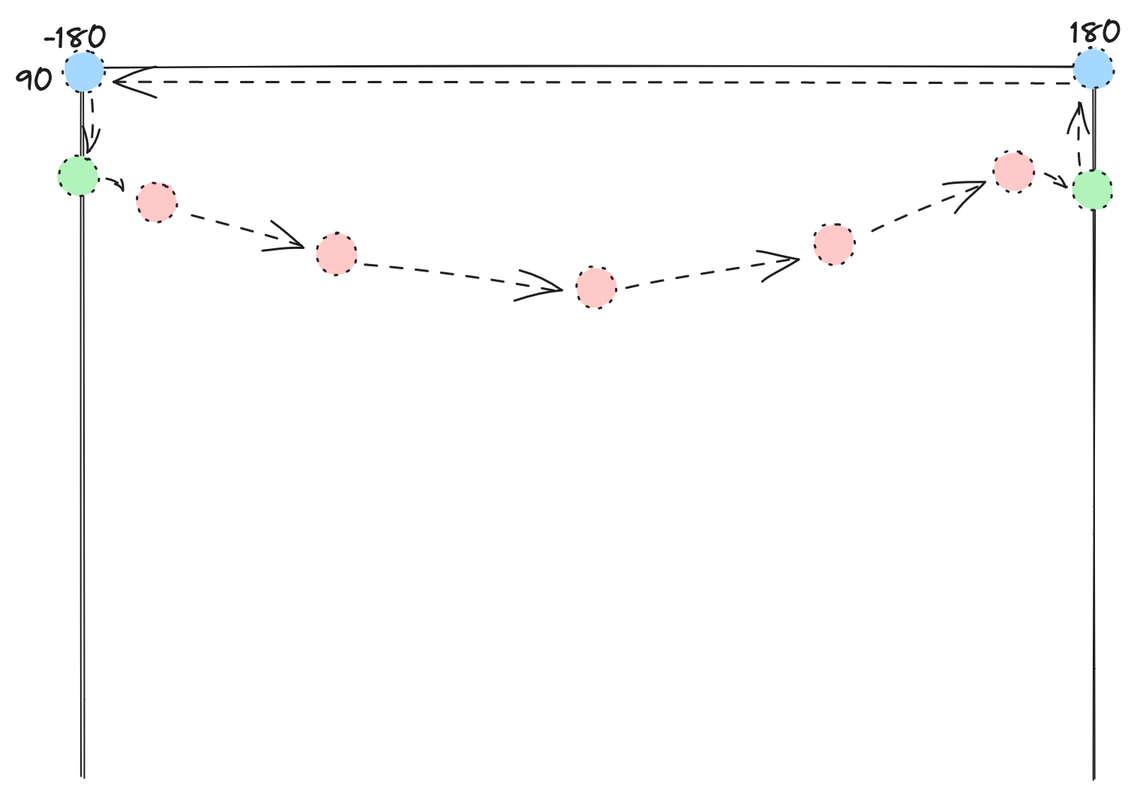
Before: docs/img/pole-enclosed.png, a diagram exported from Excalidraw (gadomski/antimeridian). Source tidied: one line per element, renumbered; positions are measured from the earlier drawing's top-left corner, leaving out a move shared by most shapes. The source it was exported from:
```json
{"id": 0, "type": "line", "strokeColor": "#1e1e1e", "strokeWidth": 1, "roughness": 1, "round": true, "x": 720, "y": 36, "width": 0, "height": 474, "points": [[0, 0], [0, 474]]}
{"id": 1, "type": "line", "strokeColor": "#1e1e1e", "strokeWidth": 1, "roughness": 1, "round": true, "x": 45, "y": 34, "width": 0, "height": 474, "points": [[0, 0], [0, 474]]}
{"id": 2, "type": "text", "text": "-180", "strokeColor": "#1e1e1e", "strokeWidth": 1, "roughness": 1, "fontSize": 20, "fontFamily": 1, "x": 19, "y": 4, "width": 43, "height": 25}
{"id": 3, "type": "text", "text": "180", "strokeColor": "#1e1e1e", "strokeWidth": 1, "roughness": 1, "fontSize": 20, "fontFamily": 1, "x": 704, "y": 0, "width": 34, "height": 25}
{"id": 4, "type": "line", "strokeColor": "#1e1e1e", "backgroundColor": "#ffc9c9", "fillStyle": "solid", "strokeWidth": 1, "roughness": 1, "x": 48, "y": 36, "width": 668, "height": 1, "points": [[0, 0], [668, -1]]}
{"id": 5, "type": "text", "text": "90", "strokeColor": "#1e1e1e", "backgroundColor": "#ffc9c9", "fillStyle": "solid", "strokeWidth": 1, "roughness": 1, "fontSize": 20, "fontFamily": 1, "x": 0, "y": 32, "width": 26, "height": 25}
{"id": 6, "type": "ellipse", "strokeColor": "#1e1e1e", "backgroundColor": "#ffc9c9", "fillStyle": "solid", "strokeWidth": 1, "strokeStyle": "dotted", "roughness": 1, "x": 81, "y": 112, "width": 27, "height": 27}
{"id": 7, "type": "ellipse", "strokeColor": "#1e1e1e", "backgroundColor": "#ffc9c9", "fillStyle": "solid", "strokeWidth": 1, "strokeStyle": "dotted", "roughness": 1, "x": 200, "y": 146, "width": 27, "height": 27}
{"id": 8, "type": "ellipse", "strokeColor": "#1e1e1e", "backgroundColor": "#ffc9c9", "fillStyle": "solid", "strokeWidth": 1, "strokeStyle": "dotted", "roughness": 1, "x": 374, "y": 168, "width": 27, "height": 27}
{"id": 9, "type": "ellipse", "strokeColor": "#1e1e1e", "backgroundColor": "#ffc9c9", "fillStyle": "solid", "strokeWidth": 1, "strokeStyle": "dotted", "roughness": 1, "x": 532, "y": 139, "width": 27, "height": 27}
{"id": 10, "type": "ellipse", "strokeColor": "#1e1e1e", "backgroundColor": "#ffc9c9", "fillStyle": "solid", "strokeWidth": 1, "strokeStyle": "dotted", "roughness": 1, "x": 652, "y": 91, "width": 27, "height": 27}
{"id": 11, "type": "arrow", "strokeColor": "#1e1e1e", "backgroundColor": "#ffc9c9", "fillStyle": "solid", "strokeWidth": 1, "strokeStyle": "dashed", "roughness": 1, "endArrowhead": "arrow", "from": 6, "to": 7, "x": 116, "y": 132, "width": 78, "height": 21, "points": [[0, 0], [78, 21]]}
{"id": 12, "type": "arrow", "strokeColor": "#1e1e1e", "backgroundColor": "#ffc9c9", "fillStyle": "solid", "strokeWidth": 1, "strokeStyle": "dashed", "roughness": 1, "endArrowhead": "arrow", "from": 7, "to": 8, "x": 235, "y": 166, "width": 129, "height": 20, "points": [[0, 0], [129, 20]]}
{"id": 13, "type": "arrow", "strokeColor": "#1e1e1e", "backgroundColor": "#ffc9c9", "fillStyle": "solid", "strokeWidth": 1, "strokeStyle": "dashed", "roughness": 1, "endArrowhead": "arrow", "from": 8, "to": 9, "x": 407, "y": 180, "width": 118, "height": 20, "points": [[0, 0], [118, -20]]}
{"id": 14, "type": "arrow", "strokeColor": "#1e1e1e", "backgroundColor": "#ffc9c9", "fillStyle": "solid", "strokeWidth": 1, "strokeStyle": "dashed", "roughness": 1, "endArrowhead": "arrow", "from": 9, "to": 10, "x": 571, "y": 144, "width": 79, "height": 32, "points": [[0, 0], [79, -32]]}
{"id": 15, "type": "ellipse", "strokeColor": "#1e1e1e", "backgroundColor": "#b2f2bb", "fillStyle": "solid", "strokeWidth": 1, "strokeStyle": "dotted", "roughness": 1, "x": 704, "y": 103, "width": 27, "height": 27}
{"id": 16, "type": "arrow", "strokeColor": "#1e1e1e", "backgroundColor": "#ffc9c9", "fillStyle": "solid", "strokeWidth": 1, "strokeStyle": "dashed", "roughness": 1, "endArrowhead": "arrow", "from": 10, "to": 15, "x": 688, "y": 106, "width": 14, "height": 7, "points": [[0, 0], [14, 7]]}
{"id": 17, "type": "ellipse", "strokeColor": "#1e1e1e", "backgroundColor": "#b2f2bb", "fillStyle": "solid", "strokeWidth": 1, "strokeStyle": "dotted", "roughness": 1, "x": 28, "y": 94, "width": 27, "height": 27}
{"id": 18, "type": "ellipse", "strokeColor": "#1e1e1e", "backgroundColor": "#a5d8ff", "fillStyle": "solid", "strokeWidth": 1, "strokeStyle": "dotted", "roughness": 1, "x": 706, "y": 22, "width": 27, "height": 27}
{"id": 19, "type": "arrow", "strokeColor": "#1e1e1e", "backgroundColor": "#a5d8ff", "fillStyle": "solid", "strokeWidth": 1, "strokeStyle": "dashed", "roughness": 1, "endArrowhead": "arrow", "from": 15, "to": 18, "x": 710, "y": 98, "width": 2, "height": 41, "points": [[0, 0], [-2, -41]]}
{"id": 20, "type": "ellipse", "strokeColor": "#1e1e1e", "backgroundColor": "#a5d8ff", "fillStyle": "solid", "strokeWidth": 1, "strokeStyle": "dotted", "roughness": 1, "x": 32, "y": 24, "width": 27, "height": 27}
{"id": 21, "type": "arrow", "strokeColor": "#1e1e1e", "backgroundColor": "#a5d8ff", "fillStyle": "solid", "strokeWidth": 1, "strokeStyle": "dashed", "roughness": 1, "endArrowhead": "arrow", "from": 18, "to": 20, "x": 702, "y": 46, "width": 638, "height": 1, "points": [[0, 0], [-638, -1]]}
{"id": 22, "type": "arrow", "strokeColor": "#1e1e1e", "backgroundColor": "#a5d8ff", "fillStyle": "solid", "strokeWidth": 1, "strokeStyle": "dashed", "roughness": 1, "endArrowhead": "arrow", "from": 20, "to": 17, "x": 53, "y": 56, "width": 2, "height": 33, "points": [[0, 0], [-2, 33]]}
{"id": 23, "type": "arrow", "strokeColor": "#1e1e1e", "backgroundColor": "#a5d8ff", "fillStyle": "solid", "strokeWidth": 1, "strokeStyle": "dashed", "roughness": 1, "endArrowhead": "arrow", "from": 17, "to": 6, "x": 60, "y": 108, "width": 13, "height": 7, "points": [[0, 0], [13, 7]]}
```
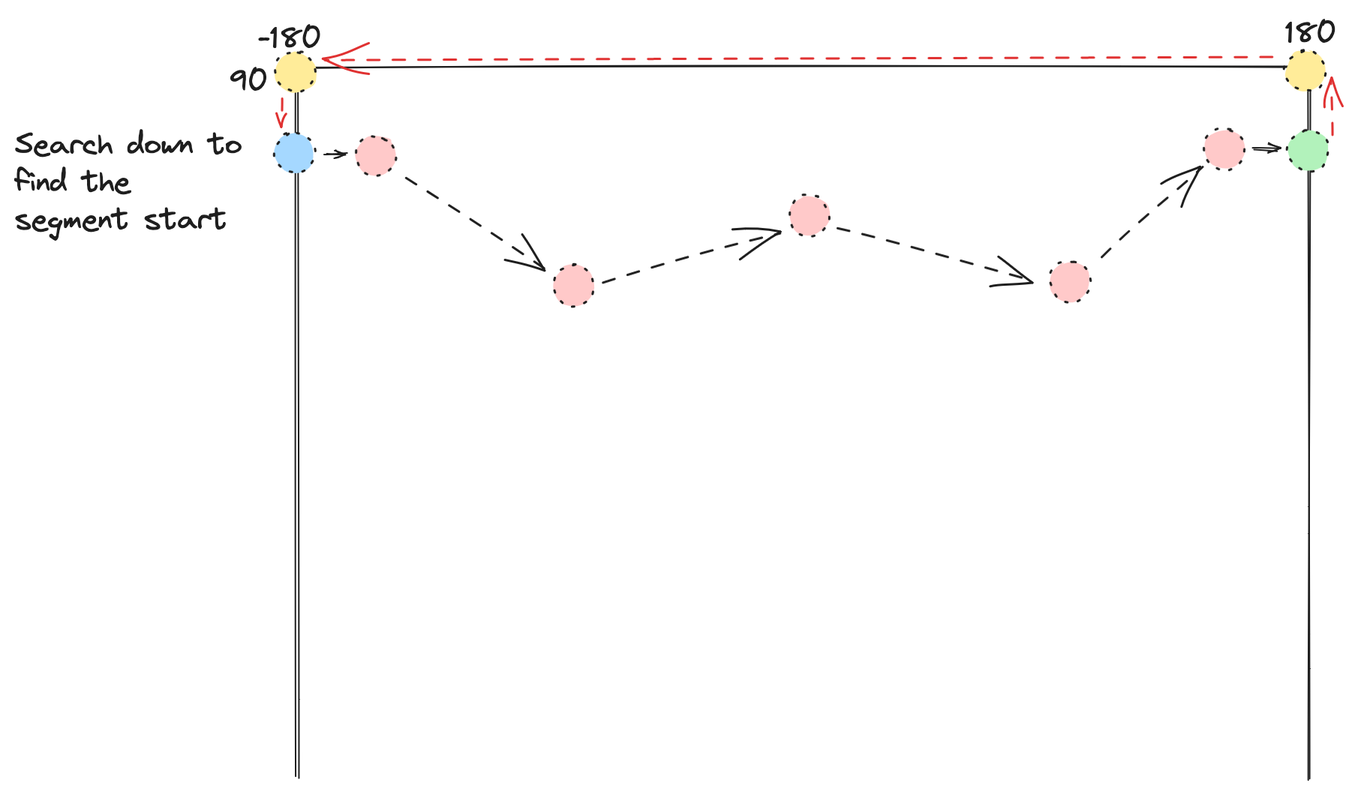
Later version of the same file.

Change to the diagram source:
```diff
@@ -4,21 +4,22 @@
 {"id": 3, "type": "text", "text": "180", "strokeColor": "#1e1e1e", "strokeWidth": 1, "roughness": 1, "fontSize": 20, "fontFamily": 1, "x": 704, "y": 0, "width": 34, "height": 25}
 {"id": 4, "type": "line", "strokeColor": "#1e1e1e", "backgroundColor": "#ffc9c9", "fillStyle": "solid", "strokeWidth": 1, "roughness": 1, "x": 48, "y": 36, "width": 668, "height": 1, "points": [[0, 0], [668, -1]]}
 {"id": 5, "type": "text", "text": "90", "strokeColor": "#1e1e1e", "backgroundColor": "#ffc9c9", "fillStyle": "solid", "strokeWidth": 1, "roughness": 1, "fontSize": 20, "fontFamily": 1, "x": 0, "y": 32, "width": 26, "height": 25}
-{"id": 6, "type": "ellipse", "strokeColor": "#1e1e1e", "backgroundColor": "#ffc9c9", "fillStyle": "solid", "strokeWidth": 1, "strokeStyle": "dotted", "roughness": 1, "x": 81, "y": 112, "width": 27, "height": 27}
+{"id": 6, "type": "ellipse", "strokeColor": "#1e1e1e", "backgroundColor": "#ffc9c9", "fillStyle": "solid", "strokeWidth": 1, "strokeStyle": "dotted", "roughness": 1, "x": 84, "y": 80, "width": 27, "height": 27}
-{"id": 7, "type": "ellipse", "strokeColor": "#1e1e1e", "backgroundColor": "#ffc9c9", "fillStyle": "solid", "strokeWidth": 1, "strokeStyle": "dotted", "roughness": 1, "x": 200, "y": 146, "width": 27, "height": 27}
+{"id": 7, "type": "ellipse", "strokeColor": "#1e1e1e", "backgroundColor": "#ffc9c9", "fillStyle": "solid", "strokeWidth": 1, "strokeStyle": "dotted", "roughness": 1, "x": 216, "y": 167, "width": 27, "height": 27}
-{"id": 8, "type": "ellipse", "strokeColor": "#1e1e1e", "backgroundColor": "#ffc9c9", "fillStyle": "solid", "strokeWidth": 1, "strokeStyle": "dotted", "roughness": 1, "x": 374, "y": 168, "width": 27, "height": 27}
+{"id": 8, "type": "ellipse", "strokeColor": "#1e1e1e", "backgroundColor": "#ffc9c9", "fillStyle": "solid", "strokeWidth": 1, "strokeStyle": "dotted", "roughness": 1, "x": 372, "y": 120, "width": 27, "height": 27}
-{"id": 9, "type": "ellipse", "strokeColor": "#1e1e1e", "backgroundColor": "#ffc9c9", "fillStyle": "solid", "strokeWidth": 1, "strokeStyle": "dotted", "roughness": 1, "x": 532, "y": 139, "width": 27, "height": 27}
+{"id": 9, "type": "ellipse", "strokeColor": "#1e1e1e", "backgroundColor": "#ffc9c9", "fillStyle": "solid", "strokeWidth": 1, "strokeStyle": "dotted", "roughness": 1, "x": 546, "y": 164, "width": 27, "height": 27}
-{"id": 10, "type": "ellipse", "strokeColor": "#1e1e1e", "backgroundColor": "#ffc9c9", "fillStyle": "solid", "strokeWidth": 1, "strokeStyle": "dotted", "roughness": 1, "x": 652, "y": 91, "width": 27, "height": 27}
+{"id": 10, "type": "ellipse", "strokeColor": "#1e1e1e", "backgroundColor": "#ffc9c9", "fillStyle": "solid", "strokeWidth": 1, "strokeStyle": "dotted", "roughness": 1, "x": 650, "y": 76, "width": 27, "height": 27}
-{"id": 11, "type": "arrow", "strokeColor": "#1e1e1e", "backgroundColor": "#ffc9c9", "fillStyle": "solid", "strokeWidth": 1, "strokeStyle": "dashed", "roughness": 1, "endArrowhead": "arrow", "from": 6, "to": 7, "x": 116, "y": 132, "width": 78, "height": 21, "points": [[0, 0], [78, 21]]}
+{"id": 11, "type": "arrow", "strokeColor": "#1e1e1e", "backgroundColor": "#ffc9c9", "fillStyle": "solid", "strokeWidth": 1, "strokeStyle": "dashed", "roughness": 1, "endArrowhead": "arrow", "from": 6, "to": 7, "x": 116, "y": 108, "width": 96, "height": 61, "points": [[0, 0], [96, 61]]}
-{"id": 12, "type": "arrow", "strokeColor": "#1e1e1e", "backgroundColor": "#ffc9c9", "fillStyle": "solid", "strokeWidth": 1, "strokeStyle": "dashed", "roughness": 1, "endArrowhead": "arrow", "from": 7, "to": 8, "x": 235, "y": 166, "width": 129, "height": 20, "points": [[0, 0], [129, 20]]}
+{"id": 12, "type": "arrow", "strokeColor": "#1e1e1e", "backgroundColor": "#ffc9c9", "fillStyle": "solid", "strokeWidth": 1, "strokeStyle": "dashed", "roughness": 1, "endArrowhead": "arrow", "from": 7, "to": 8, "x": 251, "y": 178, "width": 116, "height": 31, "points": [[0, 0], [116, -31]]}
-{"id": 13, "type": "arrow", "strokeColor": "#1e1e1e", "backgroundColor": "#ffc9c9", "fillStyle": "solid", "strokeWidth": 1, "strokeStyle": "dashed", "roughness": 1, "endArrowhead": "arrow", "from": 8, "to": 9, "x": 407, "y": 180, "width": 118, "height": 20, "points": [[0, 0], [118, -20]]}
+{"id": 13, "type": "arrow", "strokeColor": "#1e1e1e", "backgroundColor": "#ffc9c9", "fillStyle": "solid", "strokeWidth": 1, "strokeStyle": "dashed", "roughness": 1, "endArrowhead": "arrow", "from": 8, "to": 9, "x": 405, "y": 141, "width": 133, "height": 35, "points": [[0, 0], [133, 35]]}
-{"id": 14, "type": "arrow", "strokeColor": "#1e1e1e", "backgroundColor": "#ffc9c9", "fillStyle": "solid", "strokeWidth": 1, "strokeStyle": "dashed", "roughness": 1, "endArrowhead": "arrow", "from": 9, "to": 10, "x": 571, "y": 144, "width": 79, "height": 32, "points": [[0, 0], [79, -32]]}
+{"id": 14, "type": "arrow", "strokeColor": "#1e1e1e", "backgroundColor": "#ffc9c9", "fillStyle": "solid", "strokeWidth": 1, "strokeStyle": "dashed", "roughness": 1, "endArrowhead": "arrow", "from": 9, "to": 10, "x": 581, "y": 161, "width": 69, "height": 60, "points": [[0, 0], [69, -60]]}
-{"id": 15, "type": "ellipse", "strokeColor": "#1e1e1e", "backgroundColor": "#b2f2bb", "fillStyle": "solid", "strokeWidth": 1, "strokeStyle": "dotted", "roughness": 1, "x": 704, "y": 103, "width": 27, "height": 27}
-{"id": 16, "type": "arrow", "strokeColor": "#1e1e1e", "backgroundColor": "#ffc9c9", "fillStyle": "solid", "strokeWidth": 1, "strokeStyle": "dashed", "roughness": 1, "endArrowhead": "arrow", "from": 10, "to": 15, "x": 688, "y": 106, "width": 14, "height": 7, "points": [[0, 0], [14, 7]]}
-{"id": 17, "type": "ellipse", "strokeColor": "#1e1e1e", "backgroundColor": "#b2f2bb", "fillStyle": "solid", "strokeWidth": 1, "strokeStyle": "dotted", "roughness": 1, "x": 28, "y": 94, "width": 27, "height": 27}
-{"id": 18, "type": "ellipse", "strokeColor": "#1e1e1e", "backgroundColor": "#a5d8ff", "fillStyle": "solid", "strokeWidth": 1, "strokeStyle": "dotted", "roughness": 1, "x": 706, "y": 22, "width": 27, "height": 27}
-{"id": 19, "type": "arrow", "strokeColor": "#1e1e1e", "backgroundColor": "#a5d8ff", "fillStyle": "solid", "strokeWidth": 1, "strokeStyle": "dashed", "roughness": 1, "endArrowhead": "arrow", "from": 15, "to": 18, "x": 710, "y": 98, "width": 2, "height": 41, "points": [[0, 0], [-2, -41]]}
-{"id": 20, "type": "ellipse", "strokeColor": "#1e1e1e", "backgroundColor": "#a5d8ff", "fillStyle": "solid", "strokeWidth": 1, "strokeStyle": "dotted", "roughness": 1, "x": 32, "y": 24, "width": 27, "height": 27}
-{"id": 21, "type": "arrow", "strokeColor": "#1e1e1e", "backgroundColor": "#a5d8ff", "fillStyle": "solid", "strokeWidth": 1, "strokeStyle": "dashed", "roughness": 1, "endArrowhead": "arrow", "from": 18, "to": 20, "x": 702, "y": 46, "width": 638, "height": 1, "points": [[0, 0], [-638, -1]]}
-{"id": 22, "type": "arrow", "strokeColor": "#1e1e1e", "backgroundColor": "#a5d8ff", "fillStyle": "solid", "strokeWidth": 1, "strokeStyle": "dashed", "roughness": 1, "endArrowhead": "arrow", "from": 20, "to": 17, "x": 53, "y": 56, "width": 2, "height": 33, "points": [[0, 0], [-2, 33]]}
-{"id": 23, "type": "arrow", "strokeColor": "#1e1e1e", "backgroundColor": "#a5d8ff", "fillStyle": "solid", "strokeWidth": 1, "strokeStyle": "dashed", "roughness": 1, "endArrowhead": "arrow", "from": 17, "to": 6, "x": 60, "y": 108, "width": 13, "height": 7, "points": [[0, 0], [13, 7]]}
+{"id": 24, "type": "ellipse", "strokeColor": "#1e1e1e", "backgroundColor": "#b2f2bb", "fillStyle": "solid", "strokeWidth": 1, "strokeStyle": "dotted", "roughness": 1, "x": 706, "y": 77, "width": 27, "height": 27}
+{"id": 25, "type": "arrow", "strokeColor": "#1e1e1e", "backgroundColor": "#b2f2bb", "fillStyle": "hachure", "strokeWidth": 1, "roughness": 1, "endArrowhead": "arrow", "round": true, "from": 10, "to": 24, "x": 682, "y": 90, "width": 17, "height": 0, "points": [[0, 0], [17, 0]]}
+{"id": 26, "type": "ellipse", "strokeColor": "#1e1e1e", "backgroundColor": "#a5d8ff", "fillStyle": "solid", "strokeWidth": 1, "strokeStyle": "dotted", "roughness": 1, "x": 30, "y": 79, "width": 27, "height": 27}
+{"id": 27, "type": "arrow", "strokeColor": "#1e1e1e", "backgroundColor": "#a5d8ff", "fillStyle": "hachure", "strokeWidth": 1, "roughness": 1, "endArrowhead": "arrow", "round": true, "from": 26, "to": 6, "x": 64, "y": 93, "width": 15, "height": 0, "points": [[0, 0], [15, 0]]}
+{"id": 28, "type": "arrow", "strokeColor": "#e03131", "backgroundColor": "#a5d8ff", "fillStyle": "hachure", "strokeWidth": 1, "strokeStyle": "dashed", "roughness": 1, "endArrowhead": "arrow", "round": true, "from": 24, "to": 30, "x": 734, "y": 79, "width": 1, "height": 35, "points": [[0, 0], [-1, -35]]}
+{"id": 29, "type": "ellipse", "strokeColor": "#1e1e1e", "backgroundColor": "#ffec99", "fillStyle": "solid", "strokeWidth": 1, "strokeStyle": "dotted", "roughness": 1, "x": 31, "y": 25, "width": 27, "height": 27}
+{"id": 30, "type": "ellipse", "strokeColor": "#1e1e1e", "backgroundColor": "#ffec99", "fillStyle": "solid", "strokeWidth": 1, "strokeStyle": "dotted", "roughness": 1, "x": 704, "y": 24, "width": 27, "height": 27}
+{"id": 31, "type": "arrow", "strokeColor": "#e03131", "backgroundColor": "#ffec99", "fillStyle": "hachure", "strokeWidth": 1, "strokeStyle": "dashed", "roughness": 1, "endArrowhead": "arrow", "round": true, "from": 30, "to": 29, "x": 696, "y": 27, "width": 632, "height": 4, "points": [[0, 0], [-632, 4]]}
+{"id": 32, "type": "arrow", "strokeColor": "#e03131", "backgroundColor": "#ffec99", "fillStyle": "hachure", "strokeWidth": 1, "strokeStyle": "dashed", "roughness": 1, "endArrowhead": "arrow", "round": true, "from": 29, "to": 26, "x": 34, "y": 56, "width": 0, "height": 19, "points": [[0, 0], [0, 19]]}
+{"id": 33, "type": "text", "text": "Search down to\nfind the \nsegment start", "strokeColor": "#1e1e1e", "backgroundColor": "#ffec99", "fillStyle": "hachure", "strokeWidth": 1, "strokeStyle": "dashed", "roughness": 1, "fontSize": 20, "fontFamily": 1, "x": -143, "y": 74, "width": 151, "height": 75}
```
